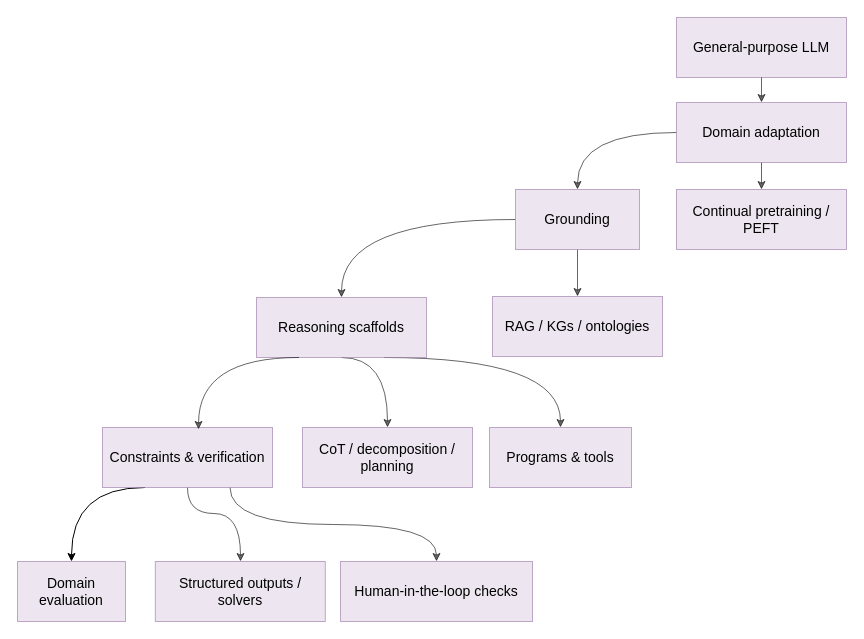
The draw.io diagram vision_paper.drawio in across-stars/draw.io, before the edit. Source tidied: cells renumbered, new cells numbered last; positions are measured from the earlier drawing's top-left corner, leaving out a move shared by most shapes. Both pictures are drawn from the tidied source at 100%, with x=0, y=0 at pixel (17, 17).
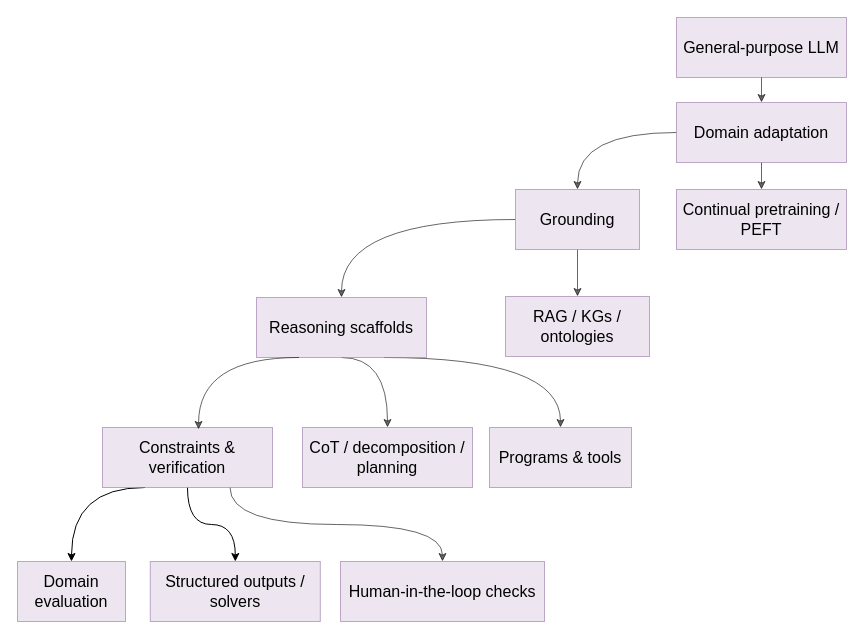
The same page after the edit.

What changed in the source:
```diff
@@
-    <mxCell id="2" value="&lt;font style=&quot;font-size: 14px;&quot;&gt;General-purpose LLM&lt;/font&gt;" style="rounded=0;whiteSpace=wrap;html=1;fillColor=#e1d5e7;strokeColor=#9673a6;opacity=60;" parent="1" vertex="1">
+    <mxCell id="2" value="&lt;font&gt;General-purpose LLM&lt;/font&gt;" style="rounded=0;whiteSpace=wrap;html=1;fillColor=#e1d5e7;strokeColor=#9673a6;opacity=60;fontSize=16;" parent="1" vertex="1">
       <mxGeometry x="659" width="170" height="60" as="geometry" />
     </mxCell>
-    <mxCell id="3" style="edgeStyle=none;shape=connector;rounded=0;jettySize=auto;html=1;exitX=0.5;exitY=1;exitDx=0;exitDy=0;entryX=0.5;entryY=0;entryDx=0;entryDy=0;strokeColor=default;align=center;verticalAlign=middle;fontFamily=Helvetica;fontSize=11;fontColor=default;labelBackgroundColor=default;endArrow=classic;opacity=60;" parent="1" edge="1" source="5" target="6">
+    <mxCell id="3" style="edgeStyle=none;shape=connector;rounded=0;jettySize=auto;html=1;exitX=0.5;exitY=1;exitDx=0;exitDy=0;entryX=0.5;entryY=0;entryDx=0;entryDy=0;strokeColor=default;align=center;verticalAlign=middle;fontFamily=Helvetica;fontSize=16;fontColor=default;labelBackgroundColor=default;endArrow=classic;opacity=60;" parent="1" edge="1" source="5" target="6">
       <mxGeometry relative="1" as="geometry" />
     </mxCell>
-    <mxCell id="4" style="edgeStyle=orthogonalEdgeStyle;shape=connector;rounded=0;jettySize=auto;html=1;exitX=0;exitY=0.5;exitDx=0;exitDy=0;entryX=0.5;entryY=0;entryDx=0;entryDy=0;strokeColor=default;align=center;verticalAlign=middle;fontFamily=Helvetica;fontSize=11;fontColor=default;labelBackgroundColor=default;endArrow=classic;curved=1;opacity=60;" parent="1" edge="1" source="5" target="9">
+    <mxCell id="4" style="edgeStyle=orthogonalEdgeStyle;shape=connector;rounded=0;jettySize=auto;html=1;exitX=0;exitY=0.5;exitDx=0;exitDy=0;entryX=0.5;entryY=0;entryDx=0;entryDy=0;strokeColor=default;align=center;verticalAlign=middle;fontFamily=Helvetica;fontSize=16;fontColor=default;labelBackgroundColor=default;endArrow=classic;curved=1;opacity=60;" parent="1" edge="1" source="5" target="9">
       <mxGeometry relative="1" as="geometry" />
     </mxCell>
-    <mxCell id="5" value="&lt;font style=&quot;font-size: 14px;&quot;&gt;Domain adaptation&lt;/font&gt;" style="rounded=0;whiteSpace=wrap;html=1;fillColor=#e1d5e7;strokeColor=#9673a6;opacity=60;" parent="1" vertex="1">
+    <mxCell id="5" value="&lt;font&gt;Domain adaptation&lt;/font&gt;" style="rounded=0;whiteSpace=wrap;html=1;fillColor=#e1d5e7;strokeColor=#9673a6;opacity=60;fontSize=16;" parent="1" vertex="1">
       <mxGeometry x="659" y="85" width="170" height="60" as="geometry" />
     </mxCell>
-    <mxCell id="6" value="&lt;font style=&quot;font-size: 14px;&quot;&gt;Continual pretraining / PEFT&lt;/font&gt;" style="rounded=0;whiteSpace=wrap;html=1;fillColor=#e1d5e7;strokeColor=#9673a6;opacity=60;" parent="1" vertex="1">
+    <mxCell id="6" value="&lt;font&gt;Continual pretraining / PEFT&lt;/font&gt;" style="rounded=0;whiteSpace=wrap;html=1;fillColor=#e1d5e7;strokeColor=#9673a6;opacity=60;fontSize=16;" parent="1" vertex="1">
       <mxGeometry x="659" y="172" width="170" height="60" as="geometry" />
     </mxCell>
-    <mxCell id="7" style="edgeStyle=none;shape=connector;rounded=0;jettySize=auto;html=1;exitX=0.5;exitY=1;exitDx=0;exitDy=0;entryX=0.5;entryY=0;entryDx=0;entryDy=0;strokeColor=default;align=center;verticalAlign=middle;fontFamily=Helvetica;fontSize=11;fontColor=default;labelBackgroundColor=default;endArrow=classic;opacity=60;" parent="1" edge="1" source="9" target="10">
+    <mxCell id="7" style="edgeStyle=none;shape=connector;rounded=0;jettySize=auto;html=1;exitX=0.5;exitY=1;exitDx=0;exitDy=0;entryX=0.5;entryY=0;entryDx=0;entryDy=0;strokeColor=default;align=center;verticalAlign=middle;fontFamily=Helvetica;fontSize=16;fontColor=default;labelBackgroundColor=default;endArrow=classic;opacity=60;" parent="1" edge="1" source="9" target="10">
       <mxGeometry relative="1" as="geometry" />
     </mxCell>
-    <mxCell id="8" style="edgeStyle=orthogonalEdgeStyle;shape=connector;curved=1;rounded=0;jettySize=auto;html=1;exitX=0;exitY=0.5;exitDx=0;exitDy=0;entryX=0.5;entryY=0;entryDx=0;entryDy=0;strokeColor=default;align=center;verticalAlign=middle;fontFamily=Helvetica;fontSize=11;fontColor=default;labelBackgroundColor=default;endArrow=classic;opacity=60;" parent="1" edge="1" source="9" target="13">
+    <mxCell id="8" style="edgeStyle=orthogonalEdgeStyle;shape=connector;curved=1;rounded=0;jettySize=auto;html=1;exitX=0;exitY=0.5;exitDx=0;exitDy=0;entryX=0.5;entryY=0;entryDx=0;entryDy=0;strokeColor=default;align=center;verticalAlign=middle;fontFamily=Helvetica;fontSize=16;fontColor=default;labelBackgroundColor=default;endArrow=classic;opacity=60;" parent="1" edge="1" source="9" target="13">
       <mxGeometry relative="1" as="geometry" />
     </mxCell>
-    <mxCell id="9" value="&lt;font style=&quot;font-size: 14px;&quot;&gt;Grounding&lt;/font&gt;" style="rounded=0;whiteSpace=wrap;html=1;fillColor=#e1d5e7;strokeColor=#9673a6;opacity=60;" parent="1" vertex="1">
+    <mxCell id="9" value="&lt;font&gt;Grounding&lt;/font&gt;" style="rounded=0;whiteSpace=wrap;html=1;fillColor=#e1d5e7;strokeColor=#9673a6;opacity=60;fontSize=16;" parent="1" vertex="1">
       <mxGeometry x="498" y="172" width="124" height="60" as="geometry" />
     </mxCell>
-    <mxCell id="10" value="&lt;font style=&quot;font-size: 14px;&quot;&gt;RAG / KGs / ontologies&lt;/font&gt;" style="rounded=0;whiteSpace=wrap;html=1;fillColor=#e1d5e7;strokeColor=#9673a6;opacity=60;" parent="1" vertex="1">
-      <mxGeometry x="475" y="279" width="170" height="60" as="geometry" />
+    <mxCell id="10" value="&lt;font&gt;RAG / KGs / ontologies&lt;/font&gt;" style="rounded=0;whiteSpace=wrap;html=1;fillColor=#e1d5e7;strokeColor=#9673a6;opacity=60;fontSize=16;" parent="1" vertex="1">
+      <mxGeometry x="488" y="279" width="144" height="60" as="geometry" />
     </mxCell>
-    <mxCell id="11" style="edgeStyle=orthogonalEdgeStyle;shape=connector;curved=1;rounded=0;jettySize=auto;html=1;exitX=0.75;exitY=1;exitDx=0;exitDy=0;strokeColor=default;align=center;verticalAlign=middle;fontFamily=Helvetica;fontSize=11;fontColor=default;labelBackgroundColor=default;endArrow=classic;opacity=60;entryX=0.5;entryY=0;entryDx=0;entryDy=0;" parent="1" edge="1" source="13" target="15">
+    <mxCell id="11" style="edgeStyle=orthogonalEdgeStyle;shape=connector;curved=1;rounded=0;jettySize=auto;html=1;exitX=0.75;exitY=1;exitDx=0;exitDy=0;strokeColor=default;align=center;verticalAlign=middle;fontFamily=Helvetica;fontSize=16;fontColor=default;labelBackgroundColor=default;endArrow=classic;opacity=60;entryX=0.5;entryY=0;entryDx=0;entryDy=0;" parent="1" edge="1" source="13" target="15">
       <mxGeometry relative="1" as="geometry">
         <Array as="points">
           <mxPoint x="543" y="340" />
         </Array>
       </mxGeometry>
     </mxCell>
-    <mxCell id="12" style="edgeStyle=orthogonalEdgeStyle;shape=connector;curved=1;rounded=0;jettySize=auto;html=1;exitX=0.5;exitY=1;exitDx=0;exitDy=0;entryX=0.5;entryY=0;entryDx=0;entryDy=0;strokeColor=default;align=center;verticalAlign=middle;fontFamily=Helvetica;fontSize=11;fontColor=default;labelBackgroundColor=default;endArrow=classic;opacity=60;" parent="1" edge="1" source="13" target="14">
+    <mxCell id="12" style="edgeStyle=orthogonalEdgeStyle;shape=connector;curved=1;rounded=0;jettySize=auto;html=1;exitX=0.5;exitY=1;exitDx=0;exitDy=0;entryX=0.5;entryY=0;entryDx=0;entryDy=0;strokeColor=default;align=center;verticalAlign=middle;fontFamily=Helvetica;fontSize=16;fontColor=default;labelBackgroundColor=default;endArrow=classic;opacity=60;" parent="1" edge="1" source="13" target="14">
       <mxGeometry relative="1" as="geometry">
         <Array as="points">
           <mxPoint x="370" y="340" />
         </Array>
       </mxGeometry>
     </mxCell>
-    <mxCell id="13" value="&lt;font style=&quot;font-size: 14px;&quot;&gt;Reasoning scaffolds&lt;/font&gt;" style="rounded=0;whiteSpace=wrap;html=1;fillColor=#e1d5e7;strokeColor=#9673a6;opacity=60;" parent="1" vertex="1">
+    <mxCell id="13" value="&lt;font&gt;Reasoning scaffolds&lt;/font&gt;" style="rounded=0;whiteSpace=wrap;html=1;fillColor=#e1d5e7;strokeColor=#9673a6;opacity=60;fontSize=16;" parent="1" vertex="1">
       <mxGeometry x="239" y="280" width="170" height="60" as="geometry" />
     </mxCell>
-    <mxCell id="14" value="&lt;font style=&quot;font-size: 14px;&quot;&gt;CoT / decomposition / planning&lt;/font&gt;" style="rounded=0;whiteSpace=wrap;html=1;fillColor=#e1d5e7;strokeColor=#9673a6;opacity=60;" parent="1" vertex="1">
+    <mxCell id="14" value="&lt;font&gt;CoT / decomposition / planning&lt;/font&gt;" style="rounded=0;whiteSpace=wrap;html=1;fillColor=#e1d5e7;strokeColor=#9673a6;opacity=60;fontSize=16;" parent="1" vertex="1">
       <mxGeometry x="285" y="410" width="170" height="60" as="geometry" />
     </mxCell>
-    <mxCell id="15" value="&lt;font style=&quot;font-size: 14px;&quot;&gt;Programs &amp;amp; tools&lt;/font&gt;" style="rounded=0;whiteSpace=wrap;html=1;fillColor=#e1d5e7;strokeColor=#9673a6;opacity=60;" parent="1" vertex="1">
+    <mxCell id="15" value="&lt;font&gt;Programs &amp;amp; tools&lt;/font&gt;" style="rounded=0;whiteSpace=wrap;html=1;fillColor=#e1d5e7;strokeColor=#9673a6;opacity=60;fontSize=16;" parent="1" vertex="1">
       <mxGeometry x="472" y="410" width="142" height="60" as="geometry" />
     </mxCell>
-    <mxCell id="16" style="edgeStyle=orthogonalEdgeStyle;shape=connector;curved=1;rounded=0;jettySize=auto;html=1;exitX=0.75;exitY=1;exitDx=0;exitDy=0;strokeColor=default;align=center;verticalAlign=middle;fontFamily=Helvetica;fontSize=11;fontColor=default;labelBackgroundColor=default;endArrow=classic;opacity=60;" parent="1" edge="1" source="19" target="22">
+    <mxCell id="16" style="edgeStyle=orthogonalEdgeStyle;shape=connector;curved=1;rounded=0;jettySize=auto;html=1;exitX=0.75;exitY=1;exitDx=0;exitDy=0;strokeColor=default;align=center;verticalAlign=middle;fontFamily=Helvetica;fontSize=16;fontColor=default;labelBackgroundColor=default;endArrow=classic;opacity=60;" parent="1" edge="1" source="19" target="22">
       <mxGeometry relative="1" as="geometry" />
     </mxCell>
+    <mxCell id="18" style="edgeStyle=orthogonalEdgeStyle;shape=connector;curved=1;rounded=0;jettySize=auto;html=1;exitX=0.25;exitY=1;exitDx=0;exitDy=0;entryX=0.5;entryY=0;entryDx=0;entryDy=0;strokeColor=default;align=center;verticalAlign=middle;fontFamily=Helvetica;fontSize=16;fontColor=default;labelBackgroundColor=default;endArrow=classic;" parent="1" edge="1" source="19" target="20">
+      <mxGeometry relative="1" as="geometry">
+        <Array as="points">
+          <mxPoint x="54" y="470" />
+        </Array>
+      </mxGeometry>
+    </mxCell>
-    <mxCell id="17" style="edgeStyle=orthogonalEdgeStyle;shape=connector;curved=1;rounded=0;jettySize=auto;html=1;exitX=0.5;exitY=1;exitDx=0;exitDy=0;strokeColor=default;align=center;verticalAlign=middle;fontFamily=Helvetica;fontSize=11;fontColor=default;labelBackgroundColor=default;endArrow=classic;opacity=60;" parent="1" edge="1" source="19" target="21">
-      <mxGeometry relative="1" as="geometry">
-        <Array as="points">
-          <mxPoint x="170" y="496" />
-          <mxPoint x="223" y="496" />
-        </Array>
-      </mxGeometry>
+    <mxCell id="17" style="edgeStyle=orthogonalEdgeStyle;shape=connector;curved=1;rounded=0;jettySize=auto;html=1;exitX=0.5;exitY=1;exitDx=0;exitDy=0;entryX=0.5;entryY=0;entryDx=0;entryDy=0;strokeColor=default;align=center;verticalAlign=middle;fontFamily=Helvetica;fontSize=16;fontColor=default;labelBackgroundColor=default;endArrow=classic;" parent="1" edge="1" source="19" target="21">
+      <mxGeometry relative="1" as="geometry" />
     </mxCell>
-    <mxCell id="18" style="edgeStyle=orthogonalEdgeStyle;shape=connector;curved=1;rounded=0;jettySize=auto;html=1;exitX=0.25;exitY=1;exitDx=0;exitDy=0;entryX=0.5;entryY=0;entryDx=0;entryDy=0;strokeColor=default;align=center;verticalAlign=middle;fontFamily=Helvetica;fontSize=11;fontColor=default;labelBackgroundColor=default;endArrow=classic;" parent="1" edge="1" source="19" target="20">
-      <mxGeometry relative="1" as="geometry">
-        <Array as="points">
-          <mxPoint x="54" y="470" />
-        </Array>
-      </mxGeometry>
-    </mxCell>
-    <mxCell id="19" value="&lt;font style=&quot;font-size: 14px;&quot;&gt;Constraints &amp;amp; verification&lt;/font&gt;" style="rounded=0;whiteSpace=wrap;html=1;fillColor=#e1d5e7;strokeColor=#9673a6;opacity=60;" parent="1" vertex="1">
+    <mxCell id="19" value="&lt;font&gt;Constraints &amp;amp; verification&lt;/font&gt;" style="rounded=0;whiteSpace=wrap;html=1;fillColor=#e1d5e7;strokeColor=#9673a6;opacity=60;fontSize=16;" parent="1" vertex="1">
       <mxGeometry x="85" y="410" width="170" height="60" as="geometry" />
     </mxCell>
-    <mxCell id="20" value="&lt;font style=&quot;font-size: 14px;&quot;&gt;Domain evaluation&lt;/font&gt;" style="rounded=0;whiteSpace=wrap;html=1;fillColor=#e1d5e7;strokeColor=#9673a6;opacity=60;" parent="1" vertex="1">
+    <mxCell id="20" value="&lt;font&gt;Domain evaluation&lt;/font&gt;" style="rounded=0;whiteSpace=wrap;html=1;fillColor=#e1d5e7;strokeColor=#9673a6;opacity=60;fontSize=16;" parent="1" vertex="1">
       <mxGeometry y="544" width="108" height="60" as="geometry" />
     </mxCell>
-    <mxCell id="21" value="&lt;font style=&quot;font-size: 14px;&quot;&gt;Structured outputs / solvers&lt;/font&gt;" style="rounded=0;whiteSpace=wrap;html=1;fillColor=#e1d5e7;strokeColor=#9673a6;opacity=60;" parent="1" vertex="1">
-      <mxGeometry x="137.8" y="544" width="170" height="60" as="geometry" />
+    <mxCell id="21" value="&lt;font&gt;Structured outputs / solvers&lt;/font&gt;" style="rounded=0;whiteSpace=wrap;html=1;fillColor=#e1d5e7;strokeColor=#9673a6;opacity=60;fontSize=16;" parent="1" vertex="1">
+      <mxGeometry x="132.8" y="544" width="170" height="60" as="geometry" />
     </mxCell>
-    <mxCell id="22" value="&lt;font style=&quot;font-size: 14px;&quot;&gt;Human-in-the-loop checks&lt;/font&gt;" style="rounded=0;whiteSpace=wrap;html=1;fillColor=#e1d5e7;strokeColor=#9673a6;opacity=60;" parent="1" vertex="1">
-      <mxGeometry x="323" y="544" width="192" height="60" as="geometry" />
+    <mxCell id="22" value="&lt;font&gt;Human-in-the-loop checks&lt;/font&gt;" style="rounded=0;whiteSpace=wrap;html=1;fillColor=#e1d5e7;strokeColor=#9673a6;opacity=60;fontSize=16;" parent="1" vertex="1">
+      <mxGeometry x="323" y="544" width="204" height="60" as="geometry" />
     </mxCell>
-    <mxCell id="23" style="rounded=0;jettySize=auto;html=1;exitX=0.5;exitY=1;exitDx=0;exitDy=0;entryX=0.5;entryY=0;entryDx=0;entryDy=0;opacity=60;" parent="1" edge="1" source="2" target="5">
+    <mxCell id="23" style="rounded=0;jettySize=auto;html=1;exitX=0.5;exitY=1;exitDx=0;exitDy=0;entryX=0.5;entryY=0;entryDx=0;entryDy=0;opacity=60;fontSize=16;" parent="1" edge="1" source="2" target="5">
       <mxGeometry relative="1" as="geometry" />
     </mxCell>
-    <mxCell id="24" style="edgeStyle=orthogonalEdgeStyle;shape=connector;curved=1;rounded=0;jettySize=auto;html=1;exitX=0.25;exitY=1;exitDx=0;exitDy=0;entryX=0.565;entryY=0.033;entryDx=0;entryDy=0;entryPerimeter=0;strokeColor=default;align=center;verticalAlign=middle;fontFamily=Helvetica;fontSize=11;fontColor=default;labelBackgroundColor=default;endArrow=classic;opacity=60;" parent="1" edge="1" source="13" target="19">
+    <mxCell id="24" style="edgeStyle=orthogonalEdgeStyle;shape=connector;curved=1;rounded=0;jettySize=auto;html=1;exitX=0.25;exitY=1;exitDx=0;exitDy=0;entryX=0.565;entryY=0.033;entryDx=0;entryDy=0;entryPerimeter=0;strokeColor=default;align=center;verticalAlign=middle;fontFamily=Helvetica;fontSize=16;fontColor=default;labelBackgroundColor=default;endArrow=classic;opacity=60;" parent="1" edge="1" source="13" target="19">
       <mxGeometry relative="1" as="geometry">
         <Array as="points">
           <mxPoint x="181" y="340" />
         </Array>
       </mxGeometry>
     </mxCell>
```
